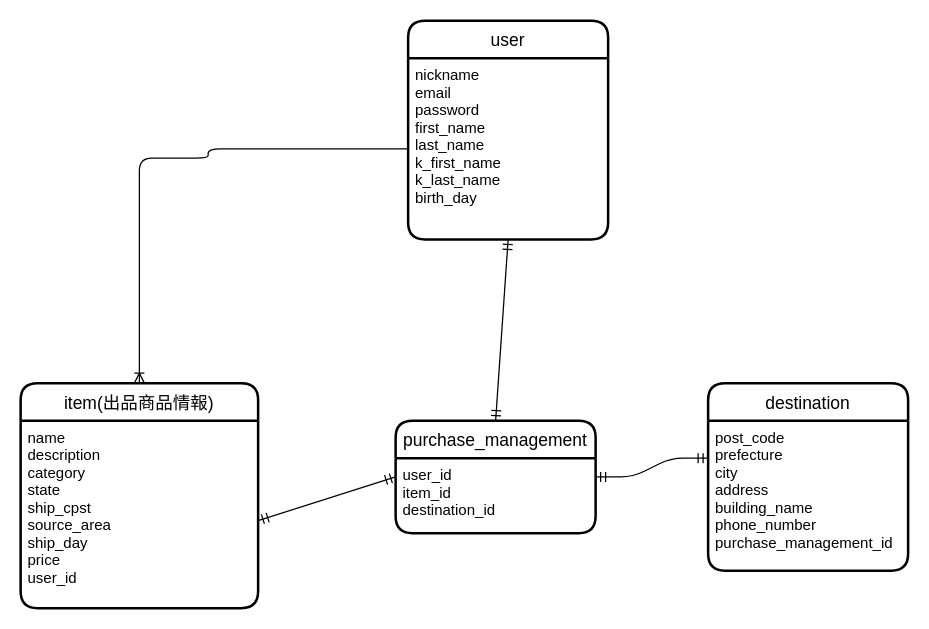
Before: furima-33919.dio in katsu0510/furima-33919, a draw.io diagram. Source tidied: cells renumbered, new cells numbered last; positions are measured from the earlier drawing's top-left corner, leaving out a move shared by most shapes. Both pictures are drawn from the tidied source at 125%, with x=0, y=0 at pixel (20, 20).
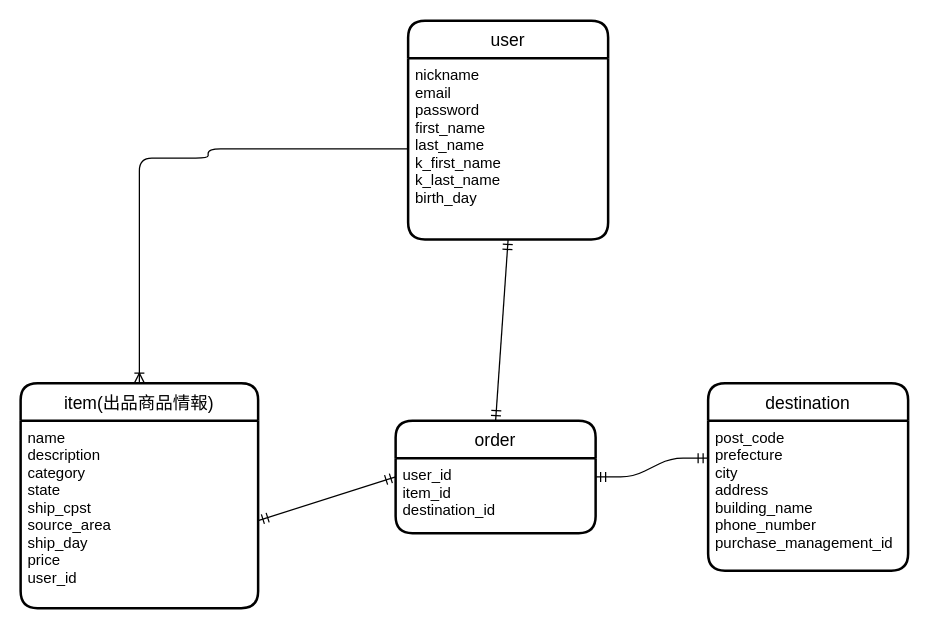
Above is the later version.

Change to the diagram source:
```diff
@@
 <mxGraphModel>
   <root>
     <mxCell id="0" />
     <mxCell id="1" parent="0" />
     <mxCell id="2" value="user" style="swimlane;horizontal=1;startSize=30;rounded=1;fontSize=14;fontStyle=0;strokeWidth=2;shadow=0;dashed=0;align=center;" parent="1" vertex="1">
       <mxGeometry x="310" width="160" height="175" as="geometry" />
     </mxCell>
     <mxCell id="3" value="nickname&#10;email&#10;password&#10;first_name&#10;last_name&#10;k_first_name&#10;k_last_name&#10;birth_day" style="align=left;strokeColor=none;fillColor=none;spacingLeft=4;fontSize=12;verticalAlign=top;" parent="2" vertex="1">
       <mxGeometry y="30" width="160" height="145" as="geometry" />
     </mxCell>
     <mxCell id="4" value="item(出品商品情報)" style="swimlane;horizontal=1;startSize=30;rounded=1;fontSize=14;fontStyle=0;strokeWidth=2;shadow=0;dashed=0;align=center;" parent="1" vertex="1">
       <mxGeometry y="290" width="190" height="180" as="geometry" />
     </mxCell>
     <mxCell id="5" value="name&#10;description&#10;category&#10;state&#10;ship_cpst&#10;source_area&#10;ship_day&#10;price&#10;user_id&#10;&#10;" style="align=left;strokeColor=none;fillColor=none;spacingLeft=4;fontSize=12;verticalAlign=top;" parent="4" vertex="1">
       <mxGeometry y="30" width="190" height="150" as="geometry" />
     </mxCell>
-    <mxCell id="6" value="purchase_management" style="swimlane;horizontal=1;startSize=30;rounded=1;fontSize=14;fontStyle=0;strokeWidth=2;shadow=0;dashed=0;align=center;" parent="1" vertex="1">
+    <mxCell id="6" value="order" style="swimlane;horizontal=1;startSize=30;rounded=1;fontSize=14;fontStyle=0;strokeWidth=2;shadow=0;dashed=0;align=center;" parent="1" vertex="1">
       <mxGeometry x="300" y="320" width="160" height="90" as="geometry" />
     </mxCell>
     <mxCell id="7" value="user_id&#10;item_id&#10;destination_id" style="align=left;strokeColor=none;fillColor=none;spacingLeft=4;fontSize=12;verticalAlign=top;" parent="6" vertex="1">
       <mxGeometry y="30" width="160" height="60" as="geometry" />
     </mxCell>
     <mxCell id="8" style="fontSize=12;html=1;endArrow=ERmandOne;startArrow=ERmandOne;entryX=0.5;entryY=1;entryDx=0;entryDy=0;exitX=0.5;exitY=0;exitDx=0;exitDy=0;" parent="1" edge="1" source="6" target="3">
       <mxGeometry relative="1" as="geometry" />
     </mxCell>
     <mxCell id="9" style="edgeStyle=orthogonalEdgeStyle;fontSize=12;html=1;endArrow=ERoneToMany;entryX=0.5;entryY=0;entryDx=0;entryDy=0;exitX=0;exitY=0.5;exitDx=0;exitDy=0;" parent="1" edge="1" source="3" target="4">
       <mxGeometry relative="1" as="geometry">
         <Array as="points">
           <mxPoint x="150" y="103" />
           <mxPoint x="150" y="110" />
           <mxPoint x="95" y="110" />
         </Array>
       </mxGeometry>
     </mxCell>
     <mxCell id="10" value="destination" style="swimlane;horizontal=1;startSize=30;rounded=1;fontSize=14;fontStyle=0;strokeWidth=2;shadow=0;dashed=0;align=center;" parent="1" vertex="1">
       <mxGeometry x="550" y="290" width="160" height="150" as="geometry" />
     </mxCell>
     <mxCell id="11" value="post_code&#10;prefecture&#10;city&#10;address&#10;building_name&#10;phone_number&#10;purchase_management_id&#10;" style="align=left;strokeColor=none;fillColor=none;spacingLeft=4;fontSize=12;verticalAlign=top;" parent="10" vertex="1">
       <mxGeometry y="30" width="160" height="120" as="geometry" />
     </mxCell>
     <mxCell id="12" style="edgeStyle=entityRelationEdgeStyle;fontSize=12;html=1;endArrow=ERmandOne;startArrow=ERmandOne;entryX=0;entryY=0.25;entryDx=0;entryDy=0;exitX=1;exitY=0.25;exitDx=0;exitDy=0;" parent="1" edge="1" source="7" target="11">
       <mxGeometry relative="1" as="geometry" />
     </mxCell>
     <mxCell id="13" style="fontSize=12;html=1;endArrow=ERmandOne;startArrow=ERmandOne;entryX=0;entryY=0.5;entryDx=0;entryDy=0;" parent="1" edge="1" target="6">
       <mxGeometry relative="1" as="geometry">
         <mxPoint x="190" y="400" as="sourcePoint" />
       </mxGeometry>
     </mxCell>
   </root>
 </mxGraphModel>
```
